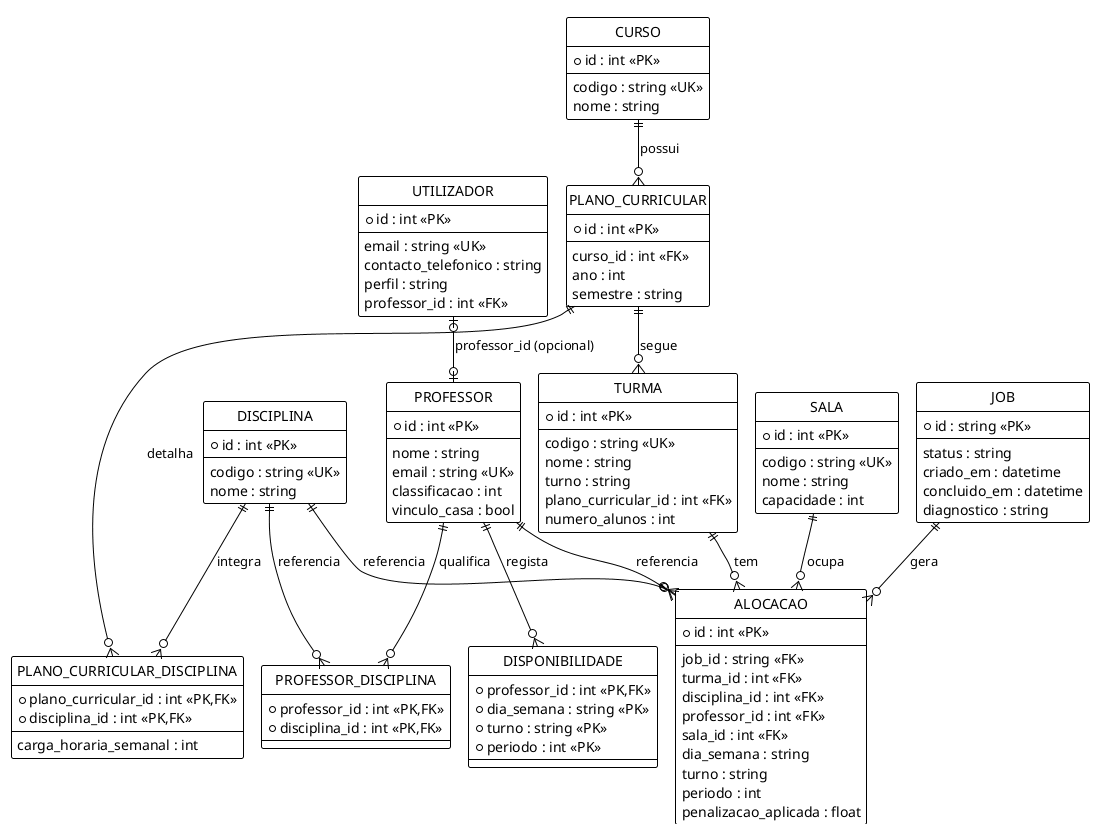
Before: docs/media/diagrama_er.png, a diagram exported from PlantUML (CristianoLourenco/timetable_problem_isaf).
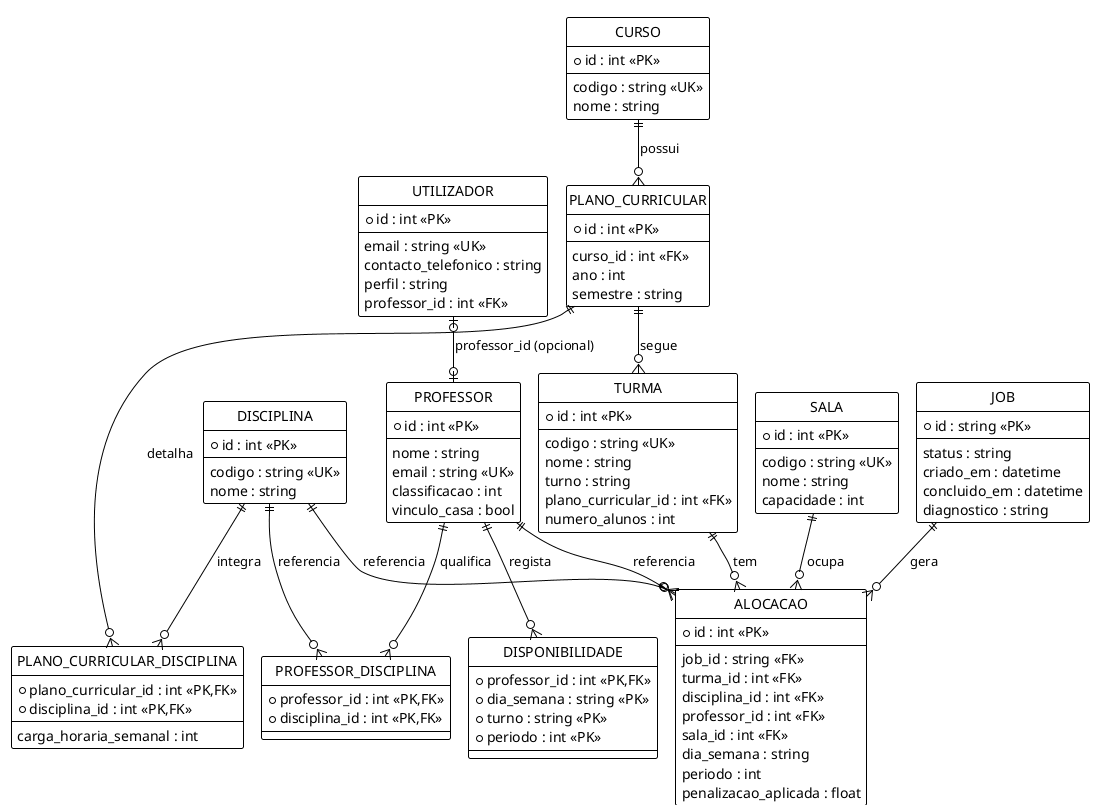
Above is the later version.

Commit message:
docs(er): remove Alocacao.turno — dependência transitiva via turma_id (3FN)

Alocacao.turno era sempre igual a Turma.turno (id -> turma_id -> turno),
violação de 3FN. Passa a obter-se por join a Turma quando necessário.
ER fecha aqui — base para regenerar Classes/Casos de Uso/Contexto.

What changed in the source:
```diff
@@ -105,7 +105,6 @@
   professor_id : int <<FK>>
   sala_id : int <<FK>>
   dia_semana : string
-  turno : string
   periodo : int
   penalizacao_aplicada : float
 }
```
